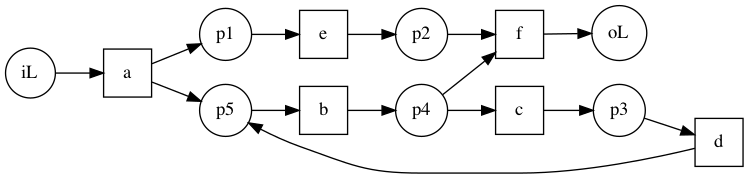
The Graphviz diagram graph-output/L5.png in PhamCaoLam/Process_Mining_Internship, before a commit. Its source is kept beside it as graph-output/graph-output/L5.gv. Source of this version:
```dot
digraph {
	graph [rankdir=LR]
	a [shape=square]
	p1 [shape=circle]
	a -> p1
	p1 [shape=circle]
	e [shape=square]
	p1 -> e
	e [shape=square]
	p2 [shape=circle]
	e -> p2
	p2 [shape=circle]
	f [shape=square]
	p2 -> f
	c [shape=square]
	p3 [shape=circle]
	c -> p3
	p3 [shape=circle]
	d [shape=square]
	p3 -> d
	b [shape=square]
	p4 [shape=circle]
	b -> p4
	p4 [shape=circle]
	c [shape=square]
	p4 -> c
	p4 [shape=circle]
	f [shape=square]
	p4 -> f
	a [shape=square]
	p5 [shape=circle]
	a -> p5
	d [shape=square]
	p5 [shape=circle]
	d -> p5
	p5 [shape=circle]
	b [shape=square]
	p5 -> b
	iL [shape=circle]
	a [shape=square]
	iL -> a
	oL [shape=circle]
	f [shape=square]
	f -> oL
}
```
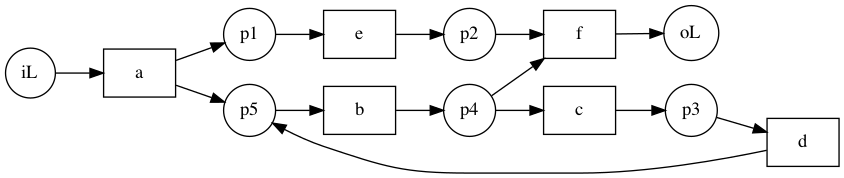
Later version of the same file.

The edit, as a diff of the source:
```diff
@@ -1,45 +1,45 @@
 digraph {
 	graph [rankdir=LR]
-	a [shape=square]
+	a [shape=rect]
 	p1 [shape=circle]
 	a -> p1
 	p1 [shape=circle]
-	e [shape=square]
+	e [shape=rect]
 	p1 -> e
-	e [shape=square]
+	e [shape=rect]
 	p2 [shape=circle]
 	e -> p2
 	p2 [shape=circle]
-	f [shape=square]
+	f [shape=rect]
 	p2 -> f
-	c [shape=square]
+	c [shape=rect]
 	p3 [shape=circle]
 	c -> p3
 	p3 [shape=circle]
-	d [shape=square]
+	d [shape=rect]
 	p3 -> d
-	b [shape=square]
+	b [shape=rect]
 	p4 [shape=circle]
 	b -> p4
 	p4 [shape=circle]
-	c [shape=square]
+	c [shape=rect]
 	p4 -> c
 	p4 [shape=circle]
-	f [shape=square]
+	f [shape=rect]
 	p4 -> f
-	a [shape=square]
+	a [shape=rect]
 	p5 [shape=circle]
 	a -> p5
-	d [shape=square]
+	d [shape=rect]
 	p5 [shape=circle]
 	d -> p5
 	p5 [shape=circle]
-	b [shape=square]
+	b [shape=rect]
 	p5 -> b
 	iL [shape=circle]
-	a [shape=square]
+	a [shape=rect]
 	iL -> a
 	oL [shape=circle]
-	f [shape=square]
+	f [shape=rect]
 	f -> oL
 }
```
